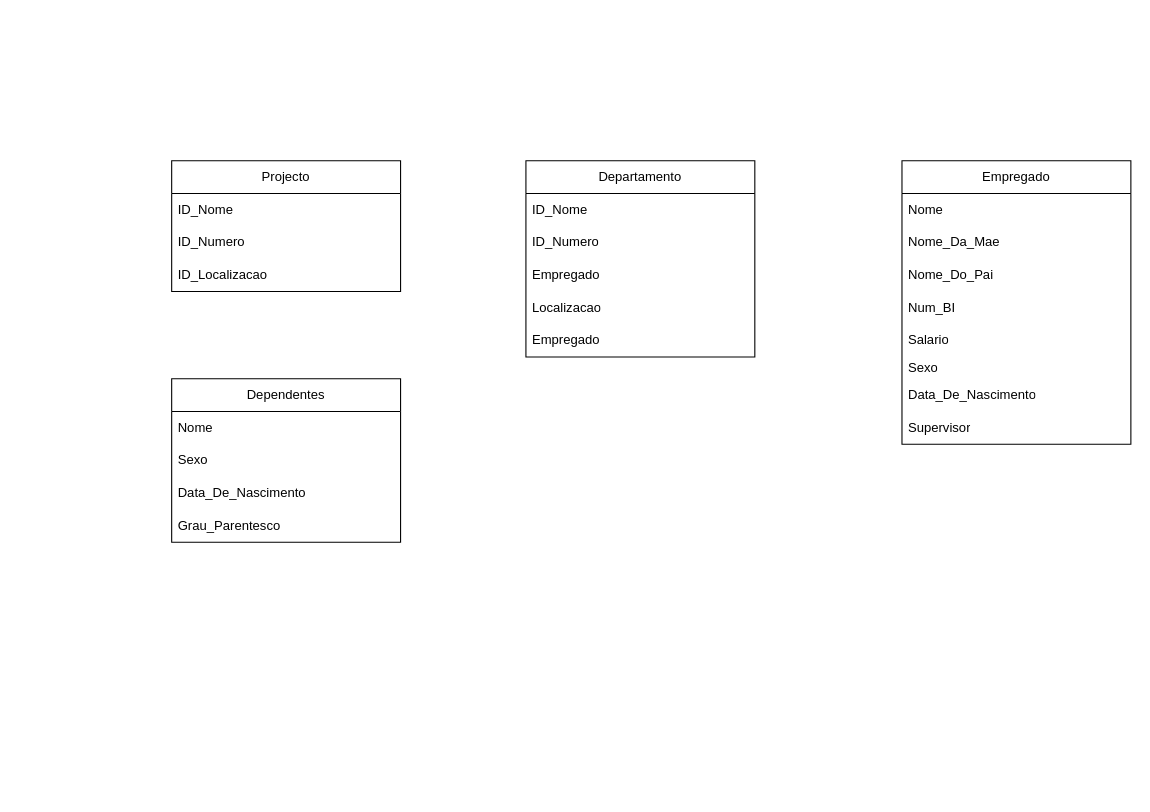
Khalielly/MER-BD keeps this draw.io diagram as BD_Empresa.drawio. Above is the earlier version. Source tidied: cells renumbered, new cells numbered last; positions are measured from the earlier drawing's top-left corner, leaving out a move shared by most shapes. Both pictures are drawn from the tidied source at 109%, with x=0, y=0 at pixel (171, 160).
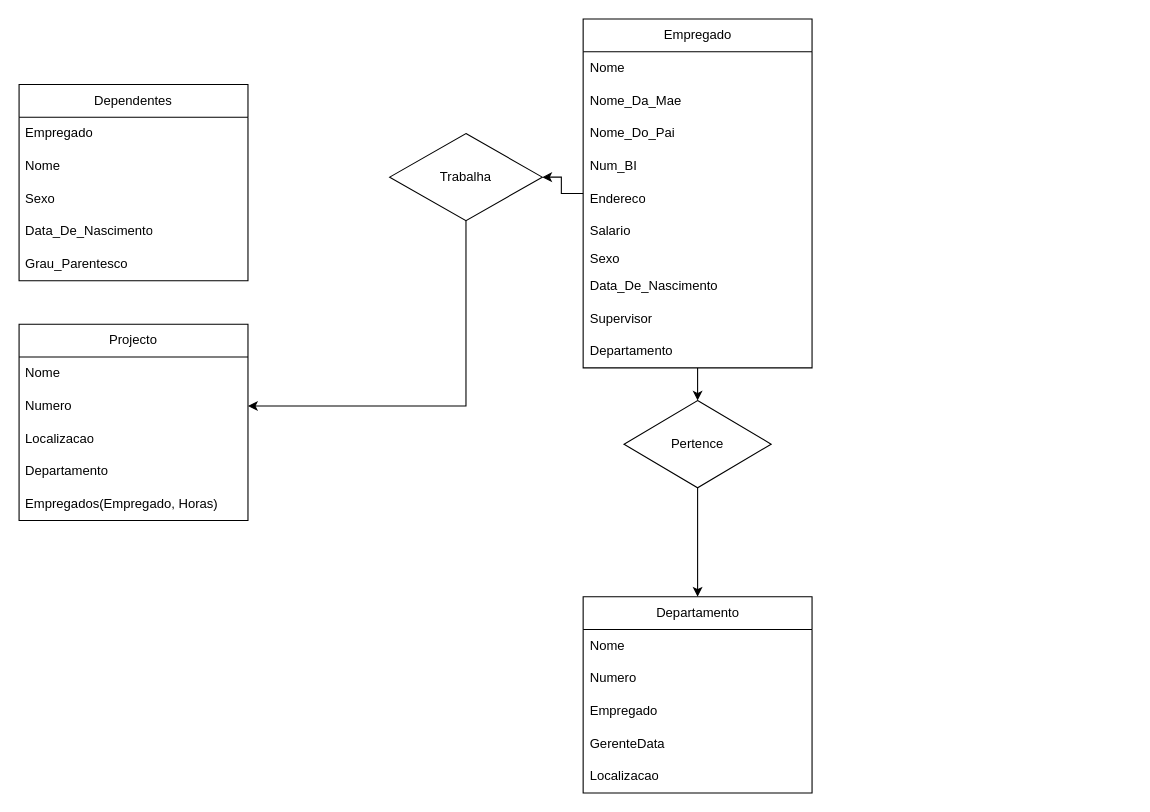
The same page after the edit.

The edit, as a diff of the source:
```diff
@@
     <mxCell id="2" value="Departamento" style="swimlane;fontStyle=0;horizontal=1;startSize=30;whiteSpace=wrap;html=1;" parent="1" vertex="1">
-      <mxGeometry x="325" width="210" height="180" as="geometry" />
+      <mxGeometry x="377.5" y="400" width="210" height="180" as="geometry" />
     </mxCell>
-    <mxCell id="3" value="ID_Nome" style="text;strokeColor=none;fillColor=none;align=left;verticalAlign=middle;spacingLeft=4;spacingRight=4;overflow=hidden;whiteSpace=wrap;html=1;" parent="2" vertex="1">
+    <mxCell id="3" value="Nome" style="text;strokeColor=none;fillColor=none;align=left;verticalAlign=middle;spacingLeft=4;spacingRight=4;overflow=hidden;whiteSpace=wrap;html=1;" parent="2" vertex="1">
       <mxGeometry y="30" width="210" height="30" as="geometry" />
     </mxCell>
-    <mxCell id="4" value="ID_Numero" style="text;strokeColor=none;fillColor=none;align=left;verticalAlign=middle;spacingLeft=4;spacingRight=4;overflow=hidden;whiteSpace=wrap;html=1;" parent="2" vertex="1">
+    <mxCell id="4" value="Numero" style="text;strokeColor=none;fillColor=none;align=left;verticalAlign=middle;spacingLeft=4;spacingRight=4;overflow=hidden;whiteSpace=wrap;html=1;" parent="2" vertex="1">
       <mxGeometry y="60" width="210" height="30" as="geometry" />
     </mxCell>
@@
+    <mxCell id="7" value="GerenteData" style="text;strokeColor=none;fillColor=none;align=left;verticalAlign=middle;spacingLeft=4;spacingRight=4;overflow=hidden;whiteSpace=wrap;html=1;" parent="2" vertex="1">
+      <mxGeometry y="120" width="210" height="30" as="geometry" />
+    </mxCell>
     <mxCell id="6" value="Localizacao" style="text;strokeColor=none;fillColor=none;align=left;verticalAlign=middle;spacingLeft=4;spacingRight=4;overflow=hidden;whiteSpace=wrap;html=1;" parent="2" vertex="1">
-      <mxGeometry y="120" width="210" height="30" as="geometry" />
+      <mxGeometry y="150" width="210" height="30" as="geometry" />
     </mxCell>
-    <mxCell id="7" value="Empregado" style="text;strokeColor=none;fillColor=none;align=left;verticalAlign=middle;spacingLeft=4;spacingRight=4;overflow=hidden;whiteSpace=wrap;html=1;" parent="2" vertex="1">
-      <mxGeometry y="150" width="210" height="30" as="geometry" />
-    </mxCell>
     <mxCell id="8" value="Projecto" style="swimlane;fontStyle=0;horizontal=1;startSize=30;whiteSpace=wrap;html=1;" parent="1" vertex="1">
-      <mxGeometry width="210" height="120" as="geometry" />
+      <mxGeometry x="-140" y="150" width="210" height="180" as="geometry" />
     </mxCell>
-    <mxCell id="9" value="ID_Nome" style="text;strokeColor=none;fillColor=none;align=left;verticalAlign=middle;spacingLeft=4;spacingRight=4;overflow=hidden;whiteSpace=wrap;html=1;" parent="8" vertex="1">
+    <mxCell id="9" value="Nome" style="text;strokeColor=none;fillColor=none;align=left;verticalAlign=middle;spacingLeft=4;spacingRight=4;overflow=hidden;whiteSpace=wrap;html=1;" parent="8" vertex="1">
       <mxGeometry y="30" width="210" height="30" as="geometry" />
     </mxCell>
-    <mxCell id="10" value="ID_Numero" style="text;strokeColor=none;fillColor=none;align=left;verticalAlign=middle;spacingLeft=4;spacingRight=4;overflow=hidden;points=[[0,0.5],[1,0.5]];portConstraint=eastwest;whiteSpace=wrap;html=1;" parent="8" vertex="1">
+    <mxCell id="10" value="Numero" style="text;strokeColor=none;fillColor=none;align=left;verticalAlign=middle;spacingLeft=4;spacingRight=4;overflow=hidden;points=[[0,0.5],[1,0.5]];portConstraint=eastwest;whiteSpace=wrap;html=1;" parent="8" vertex="1">
       <mxGeometry y="60" width="210" height="30" as="geometry" />
     </mxCell>
-    <mxCell id="11" value="ID_Localizacao" style="text;strokeColor=none;fillColor=none;align=left;verticalAlign=middle;spacingLeft=4;spacingRight=4;overflow=hidden;whiteSpace=wrap;html=1;" parent="8" vertex="1">
+    <mxCell id="11" value="Localizacao" style="text;strokeColor=none;fillColor=none;align=left;verticalAlign=middle;spacingLeft=4;spacingRight=4;overflow=hidden;whiteSpace=wrap;html=1;" parent="8" vertex="1">
       <mxGeometry y="90" width="210" height="30" as="geometry" />
     </mxCell>
+    <mxCell id="26" value="Departamento" style="text;strokeColor=none;fillColor=none;align=left;verticalAlign=middle;spacingLeft=4;spacingRight=4;overflow=hidden;whiteSpace=wrap;html=1;" parent="8" vertex="1">
+      <mxGeometry y="120" width="210" height="30" as="geometry" />
+    </mxCell>
+    <mxCell id="27" value="Empregados(Empregado, Horas)" style="text;strokeColor=none;fillColor=none;align=left;verticalAlign=middle;spacingLeft=4;spacingRight=4;overflow=hidden;whiteSpace=wrap;html=1;" parent="8" vertex="1">
+      <mxGeometry y="150" width="210" height="30" as="geometry" />
+    </mxCell>
+    <mxCell id="28" style="edgeStyle=orthogonalEdgeStyle;rounded=0;jettySize=auto;html=1;" parent="1" edge="1" source="12" target="34">
+      <mxGeometry relative="1" as="geometry" />
+    </mxCell>
+    <mxCell id="29" style="edgeStyle=orthogonalEdgeStyle;rounded=0;jettySize=auto;html=1;" parent="1" edge="1" source="12" target="36">
+      <mxGeometry relative="1" as="geometry" />
+    </mxCell>
     <mxCell id="12" value="Empregado" style="swimlane;fontStyle=0;horizontal=1;startSize=30;whiteSpace=wrap;html=1;" parent="1" vertex="1">
-      <mxGeometry x="670" width="210" height="260" as="geometry" />
+      <mxGeometry x="377.5" y="-130" width="210" height="320" as="geometry" />
     </mxCell>
@@
+    <mxCell id="30" value="Num_BI" style="text;strokeColor=none;fillColor=none;align=left;verticalAlign=middle;spacingLeft=4;spacingRight=4;overflow=hidden;whiteSpace=wrap;html=1;" parent="12" vertex="1">
+      <mxGeometry y="120" width="210" height="30" as="geometry" />
+    </mxCell>
-    <mxCell id="16" value="Num_BI" style="text;strokeColor=none;fillColor=none;align=left;verticalAlign=middle;spacingLeft=4;spacingRight=4;overflow=hidden;whiteSpace=wrap;html=1;" parent="12" vertex="1">
-      <mxGeometry y="120" width="210" height="30" as="geometry" />
+    <mxCell id="16" value="Endereco" style="text;strokeColor=none;fillColor=none;align=left;verticalAlign=middle;spacingLeft=4;spacingRight=4;overflow=hidden;whiteSpace=wrap;html=1;" parent="12" vertex="1">
+      <mxGeometry y="150" width="210" height="30" as="geometry" />
     </mxCell>
     <mxCell id="17" value="Salario" style="text;strokeColor=none;fillColor=none;align=left;verticalAlign=middle;spacingLeft=4;spacingRight=4;overflow=hidden;whiteSpace=wrap;html=1;" parent="12" vertex="1">
-      <mxGeometry y="150" width="210" height="30" as="geometry" />
+      <mxGeometry y="180" width="210" height="30" as="geometry" />
     </mxCell>
     <mxCell id="18" value="&lt;div&gt;Sexo&lt;/div&gt;&lt;div&gt;&lt;br&gt;&lt;/div&gt;" style="text;strokeColor=none;fillColor=none;align=left;verticalAlign=middle;spacingLeft=4;spacingRight=4;overflow=hidden;whiteSpace=wrap;html=1;" parent="12" vertex="1">
-      <mxGeometry y="180" width="210" height="20" as="geometry" />
+      <mxGeometry y="210" width="210" height="20" as="geometry" />
     </mxCell>
     <mxCell id="19" value="Data_De_Nascimento" style="text;strokeColor=none;fillColor=none;align=left;verticalAlign=middle;spacingLeft=4;spacingRight=4;overflow=hidden;whiteSpace=wrap;html=1;" parent="12" vertex="1">
-      <mxGeometry y="200" width="210" height="30" as="geometry" />
+      <mxGeometry y="230" width="210" height="30" as="geometry" />
     </mxCell>
     <mxCell id="20" value="Supervisor" style="text;strokeColor=none;fillColor=none;align=left;verticalAlign=middle;spacingLeft=4;spacingRight=4;overflow=hidden;whiteSpace=wrap;html=1;" parent="12" vertex="1">
-      <mxGeometry y="230" width="210" height="30" as="geometry" />
+      <mxGeometry y="260" width="210" height="30" as="geometry" />
     </mxCell>
+    <mxCell id="31" value="Departamento" style="text;strokeColor=none;fillColor=none;align=left;verticalAlign=middle;spacingLeft=4;spacingRight=4;overflow=hidden;whiteSpace=wrap;html=1;" parent="12" vertex="1">
+      <mxGeometry y="290" width="210" height="30" as="geometry" />
+    </mxCell>
     <mxCell id="21" value="Dependentes" style="swimlane;fontStyle=0;horizontal=1;startSize=30;whiteSpace=wrap;html=1;" parent="1" vertex="1">
-      <mxGeometry y="200" width="210" height="150" as="geometry" />
+      <mxGeometry x="-140" y="-70" width="210" height="180" as="geometry" />
     </mxCell>
+    <mxCell id="32" value="Empregado" style="text;strokeColor=none;fillColor=none;align=left;verticalAlign=middle;spacingLeft=4;spacingRight=4;overflow=hidden;whiteSpace=wrap;html=1;" parent="21" vertex="1">
+      <mxGeometry y="30" width="210" height="30" as="geometry" />
+    </mxCell>
     <mxCell id="22" value="Nome" style="text;strokeColor=none;fillColor=none;align=left;verticalAlign=middle;spacingLeft=4;spacingRight=4;overflow=hidden;whiteSpace=wrap;html=1;" parent="21" vertex="1">
-      <mxGeometry y="30" width="210" height="30" as="geometry" />
+      <mxGeometry y="60" width="210" height="30" as="geometry" />
     </mxCell>
     <mxCell id="23" value="Sexo" style="text;strokeColor=none;fillColor=none;align=left;verticalAlign=middle;spacingLeft=4;spacingRight=4;overflow=hidden;whiteSpace=wrap;html=1;" parent="21" vertex="1">
-      <mxGeometry y="60" width="210" height="30" as="geometry" />
+      <mxGeometry y="90" width="210" height="30" as="geometry" />
     </mxCell>
     <mxCell id="24" value="Data_De_Nascimento" style="text;strokeColor=none;fillColor=none;align=left;verticalAlign=middle;spacingLeft=4;spacingRight=4;overflow=hidden;whiteSpace=wrap;html=1;" parent="21" vertex="1">
-      <mxGeometry y="90" width="210" height="30" as="geometry" />
+      <mxGeometry y="120" width="210" height="30" as="geometry" />
     </mxCell>
     <mxCell id="25" value="Grau_Parentesco" style="text;strokeColor=none;fillColor=none;align=left;verticalAlign=middle;spacingLeft=4;spacingRight=4;overflow=hidden;whiteSpace=wrap;html=1;" parent="21" vertex="1">
-      <mxGeometry y="120" width="210" height="30" as="geometry" />
+      <mxGeometry y="150" width="210" height="30" as="geometry" />
     </mxCell>
+    <mxCell id="33" style="edgeStyle=orthogonalEdgeStyle;rounded=0;jettySize=auto;html=1;entryX=0.5;entryY=0;entryDx=0;entryDy=0;" parent="1" edge="1" source="34" target="2">
+      <mxGeometry relative="1" as="geometry" />
+    </mxCell>
+    <mxCell id="34" value="Pertence" style="rhombus;whiteSpace=wrap;html=1;fontStyle=0;startSize=30;" parent="1" vertex="1">
+      <mxGeometry x="415" y="220" width="135" height="80" as="geometry" />
+    </mxCell>
+    <mxCell id="35" style="edgeStyle=orthogonalEdgeStyle;rounded=0;jettySize=auto;html=1;entryX=1;entryY=0.5;entryDx=0;entryDy=0;" parent="1" edge="1" source="36" target="10">
+      <mxGeometry relative="1" as="geometry" />
+    </mxCell>
+    <mxCell id="36" value="Trabalha" style="rhombus;whiteSpace=wrap;html=1;fontStyle=0;startSize=30;" parent="1" vertex="1">
+      <mxGeometry x="200" y="-25" width="140" height="80" as="geometry" />
+    </mxCell>
```
